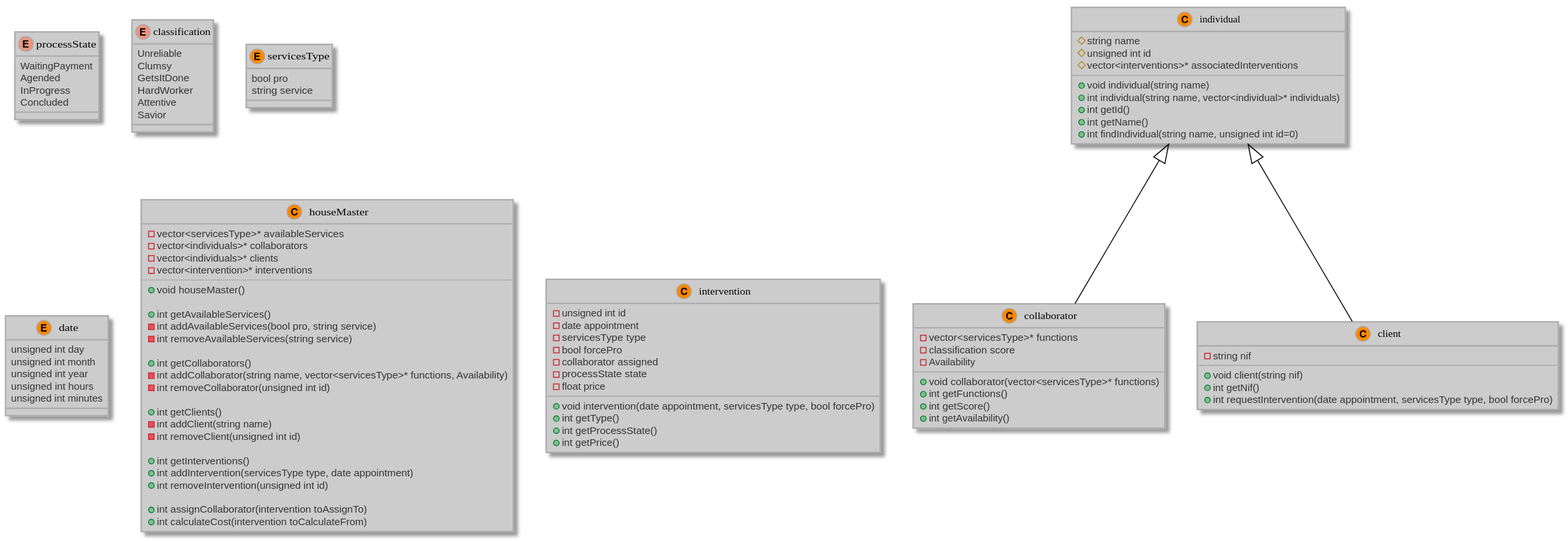
Before: docs/classDiagram.svg, a diagram exported from PlantUML (Sirze01/Projeto_AEDA_1_HouseMaster).
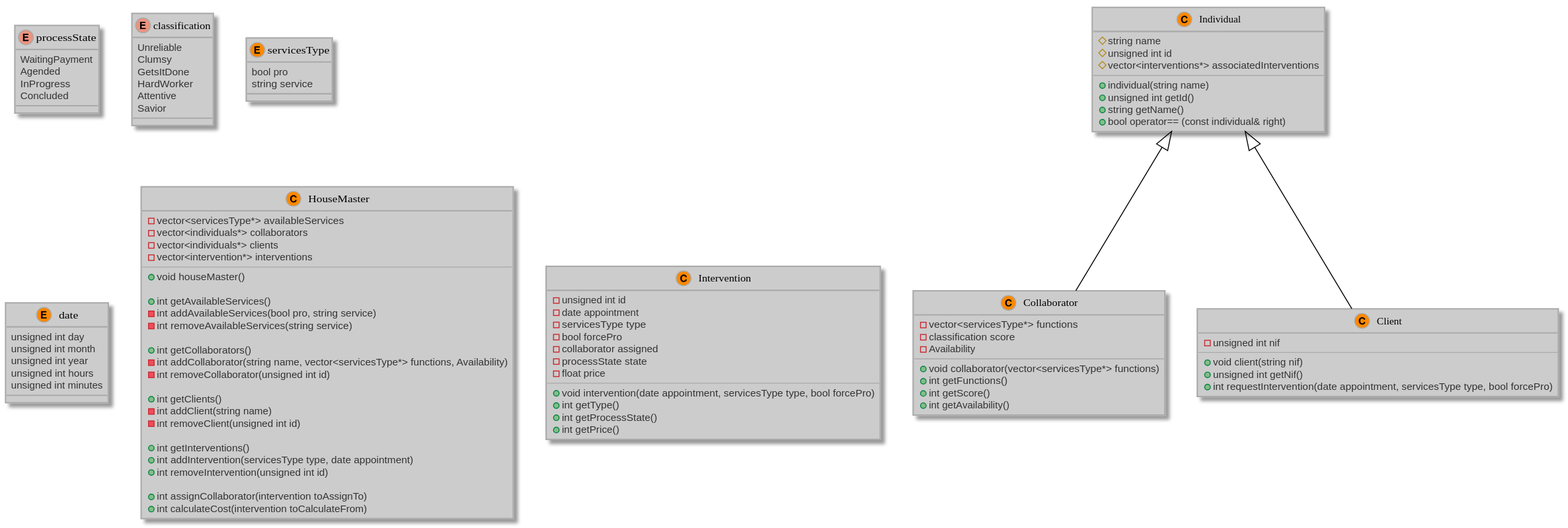
After the change.

Commit message:
Uml tweaks

Diff of the diagram source:
```diff
@@ -319,11 +319,11 @@
      unsigned int minutes
  }
 
-class houseMaster{
-    - vector<servicesType>* availableServices
-    - vector<individuals>* collaborators
-    - vector<individuals>* clients
-    - vector<intervention>* interventions
+class HouseMaster{
+    - vector<servicesType*> availableServices
+    - vector<individuals*> collaborators
+    - vector<individuals*> clients
+    - vector<intervention*> interventions
     ----
     + void houseMaster()
 
@@ -332,7 +332,7 @@
     - int removeAvailableServices(string service)
 
     + int getCollaborators()
-    - int addCollaborator(string name, vector<servicesType>* functions, Availability)
+    - int addCollaborator(string name, vector<servicesType*> functions, Availability)
     - int removeCollaborator(unsigned int id)
 
     + int getClients()
@@ -348,7 +348,7 @@
 }
 
 
-class intervention{
+class Intervention{
     - unsigned int id
     - date appointment
     - servicesType type
@@ -364,36 +364,35 @@
 }
 
 
-class individual{
+class Individual{
     # string name
     # unsigned int id
-    # vector<interventions>* associatedInterventions
+    # vector<interventions*> associatedInterventions
     ----
-    + void individual(string name)
-    + int individual(string name, vector<individual>* individuals)
-    + int getId()
-    + int getName()
-    + int findIndividual(string name, unsigned int id=0)
+    + individual(string name)
+    + unsigned int getId()
+    + string getName()
+    + bool operator== (const individual& right)
 }
 
-class collaborator{
-    - vector<servicesType>* functions
+class Collaborator{
+    - vector<servicesType*> functions
     - classification score
     - Availability
     ----
-    + void collaborator(vector<servicesType>* functions)
+    + void collaborator(vector<servicesType*> functions)
     + int getFunctions()
     + int getScore()
     + int getAvailability()
 }
 
-class client{
-    - string nif
+class Client{
+    - unsigned int nif
     ----
     + void client(string nif)
-    + int getNif()
+    + unsigned int getNif()
     + int requestIntervention(date appointment, servicesType type, bool forcePro)
 }
-individual <|-- collaborator
-individual <|-- client
+Individual <|-- Collaborator
+Individual <|-- Client
 @enduml
```
